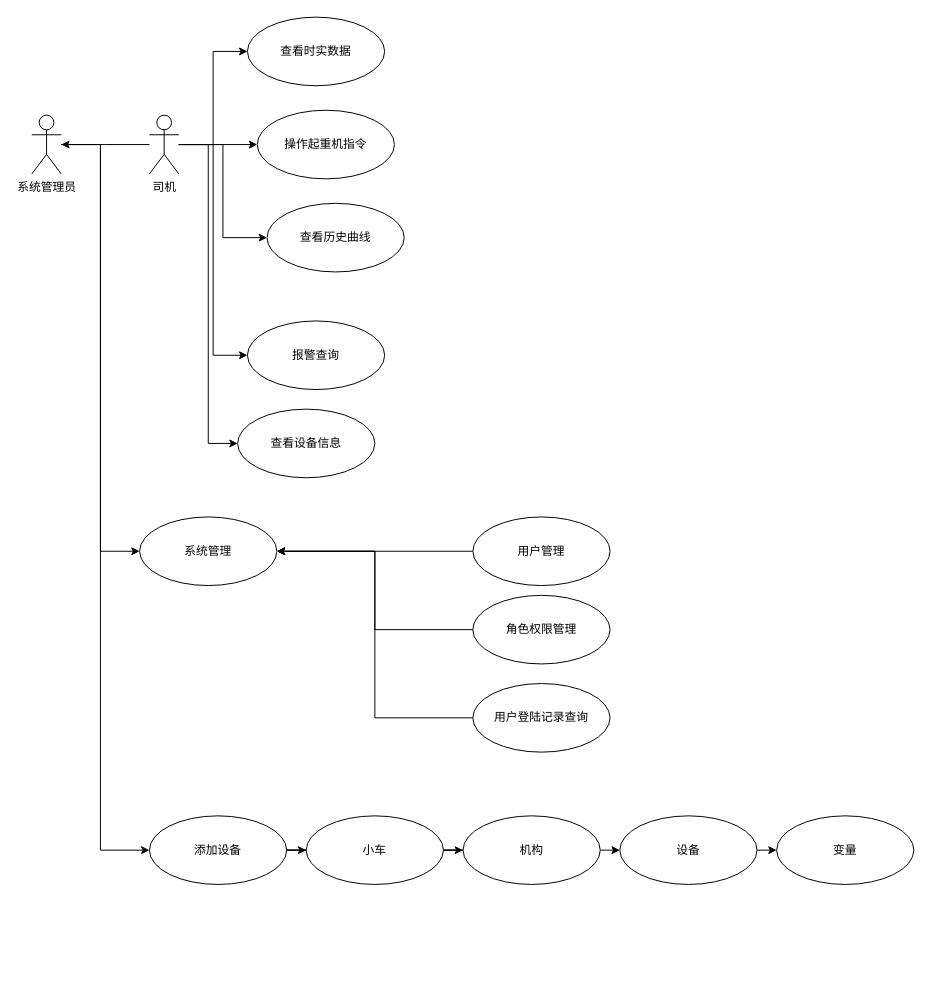
lsfoo/cjsh keeps this draw.io diagram as Untitled Diagram.drawio. Above is the earlier version. Source tidied: cells renumbered, new cells numbered last; positions are measured from the earlier drawing's top-left corner, leaving out a move shared by most shapes. Both pictures are drawn from the tidied source at 98%, with x=0, y=0 at pixel (31, 17).
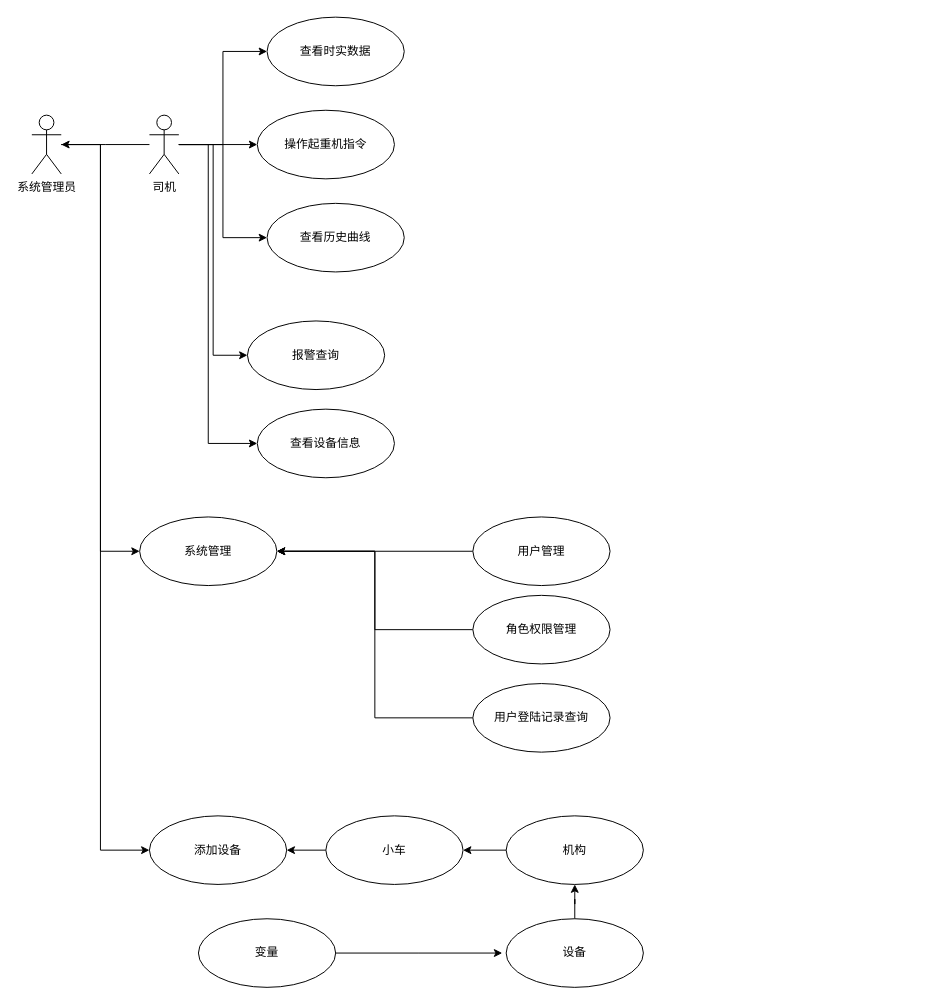
The same page after the edit.

The change refers to these unchanged cells:
```xml
<mxCell id="8" value="司机" style="shape=umlActor;verticalLabelPosition=bottom;labelBackgroundColor=#ffffff;verticalAlign=top;html=1;" parent="1" vertex="1">
  <mxGeometry x="120" y="100" width="30" height="60" as="geometry" />
</mxCell>
<mxCell id="25" value="添加设备" style="ellipse;whiteSpace=wrap;html=1;" parent="1" vertex="1">
  <mxGeometry x="120" y="815" width="140" height="70" as="geometry" />
</mxCell>
```

Diff of the diagram source:
```diff
@@
     <mxCell id="7" style="edgeStyle=orthogonalEdgeStyle;rounded=0;jettySize=auto;html=1;entryX=0;entryY=0.5;entryDx=0;entryDy=0;" parent="1" edge="1" source="8" target="23">
-      <mxGeometry relative="1" as="geometry" />
+      <mxGeometry relative="1" as="geometry">
+        <Array as="points">
+          <mxPoint x="180" y="130" />
+          <mxPoint x="180" y="435" />
+        </Array>
+      </mxGeometry>
     </mxCell>
@@
     <mxCell id="9" value="查看时实数据" style="ellipse;whiteSpace=wrap;html=1;" parent="1" vertex="1">
-      <mxGeometry x="220" width="140" height="70" as="geometry" />
+      <mxGeometry x="240" width="140" height="70" as="geometry" />
     </mxCell>
@@
     <mxCell id="23" value="查看设备信息" style="ellipse;whiteSpace=wrap;html=1;" parent="1" vertex="1">
-      <mxGeometry x="210" y="400" width="140" height="70" as="geometry" />
+      <mxGeometry x="230" y="400" width="140" height="70" as="geometry" />
     </mxCell>
-    <mxCell id="24" style="edgeStyle=orthogonalEdgeStyle;rounded=0;jettySize=auto;html=1;entryX=0;entryY=0.5;entryDx=0;entryDy=0;" parent="1" edge="1" source="25" target="27">
-      <mxGeometry relative="1" as="geometry" />
-    </mxCell>
@@
-    <mxCell id="26" style="edgeStyle=orthogonalEdgeStyle;rounded=0;jettySize=auto;html=1;exitX=1;exitY=0.5;exitDx=0;exitDy=0;" parent="1" edge="1" source="27" target="29">
-      <mxGeometry relative="1" as="geometry" />
-    </mxCell>
+    <mxCell id="33" style="edgeStyle=orthogonalEdgeStyle;rounded=0;jettySize=auto;html=1;" parent="1" edge="1" source="27" target="25">
+      <mxGeometry relative="1" as="geometry" />
+    </mxCell>
     <mxCell id="27" value="小车" style="ellipse;whiteSpace=wrap;html=1;" parent="1" vertex="1">
-      <mxGeometry x="280" y="815" width="140" height="70" as="geometry" />
+      <mxGeometry x="300" y="815" width="140" height="70" as="geometry" />
     </mxCell>
-    <mxCell id="28" style="edgeStyle=orthogonalEdgeStyle;rounded=0;jettySize=auto;html=1;entryX=0;entryY=0.5;entryDx=0;entryDy=0;exitX=1;exitY=0.5;exitDx=0;exitDy=0;" parent="1" edge="1" source="29" target="31">
-      <mxGeometry relative="1" as="geometry" />
-    </mxCell>
+    <mxCell id="34" style="edgeStyle=orthogonalEdgeStyle;rounded=0;jettySize=auto;html=1;entryX=1;entryY=0.5;entryDx=0;entryDy=0;" parent="1" edge="1" source="29" target="27">
+      <mxGeometry relative="1" as="geometry" />
+    </mxCell>
     <mxCell id="29" value="机构" style="ellipse;whiteSpace=wrap;html=1;" parent="1" vertex="1">
-      <mxGeometry x="440" y="815" width="140" height="70" as="geometry" />
+      <mxGeometry x="484" y="815" width="140" height="70" as="geometry" />
     </mxCell>
-    <mxCell id="30" style="edgeStyle=orthogonalEdgeStyle;rounded=0;jettySize=auto;html=1;exitX=1;exitY=0.5;exitDx=0;exitDy=0;entryX=0;entryY=0.5;entryDx=0;entryDy=0;" parent="1" edge="1" source="31" target="32">
-      <mxGeometry relative="1" as="geometry" />
-    </mxCell>
+    <mxCell id="35" style="edgeStyle=orthogonalEdgeStyle;rounded=0;jettySize=auto;html=1;" parent="1" edge="1" source="31" target="29">
+      <mxGeometry relative="1" as="geometry" />
+    </mxCell>
     <mxCell id="31" value="设备" style="ellipse;whiteSpace=wrap;html=1;" parent="1" vertex="1">
-      <mxGeometry x="600" y="815" width="140" height="70" as="geometry" />
+      <mxGeometry x="484" y="920" width="140" height="70" as="geometry" />
     </mxCell>
+    <mxCell id="36" style="edgeStyle=orthogonalEdgeStyle;rounded=0;jettySize=auto;html=1;" parent="1" edge="1" source="32">
+      <mxGeometry relative="1" as="geometry">
+        <mxPoint x="480" y="955" as="targetPoint" />
+      </mxGeometry>
+    </mxCell>
     <mxCell id="32" value="变量" style="ellipse;whiteSpace=wrap;html=1;" parent="1" vertex="1">
-      <mxGeometry x="760" y="815" width="140" height="70" as="geometry" />
+      <mxGeometry x="170" y="920" width="140" height="70" as="geometry" />
     </mxCell>
```
